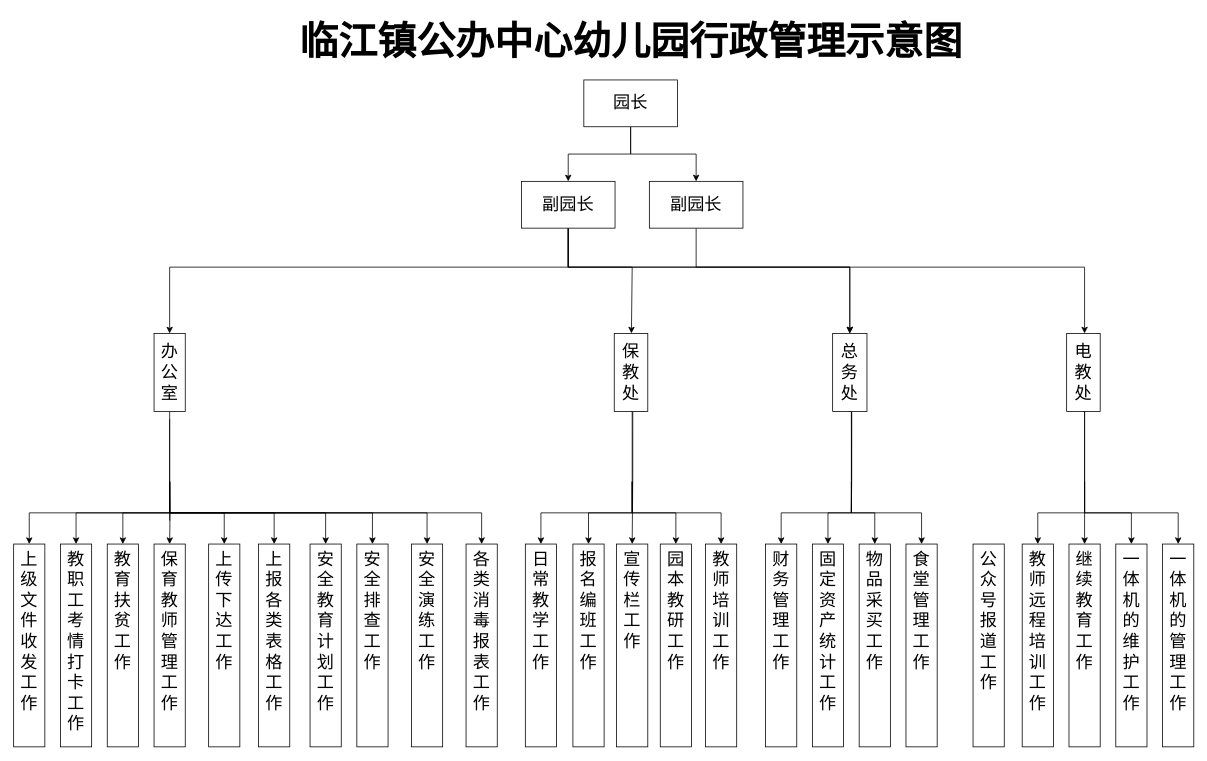
This is Untitled Diagram.drawio from SummerWindL/knowledge_base, a draw.io file, before an edit. Source tidied: cells renumbered, new cells numbered last; positions are measured from the earlier drawing's top-left corner, leaving out a move shared by most shapes. Both pictures are drawn from the tidied source at 78%, with x=0, y=0 at pixel (13, 13).
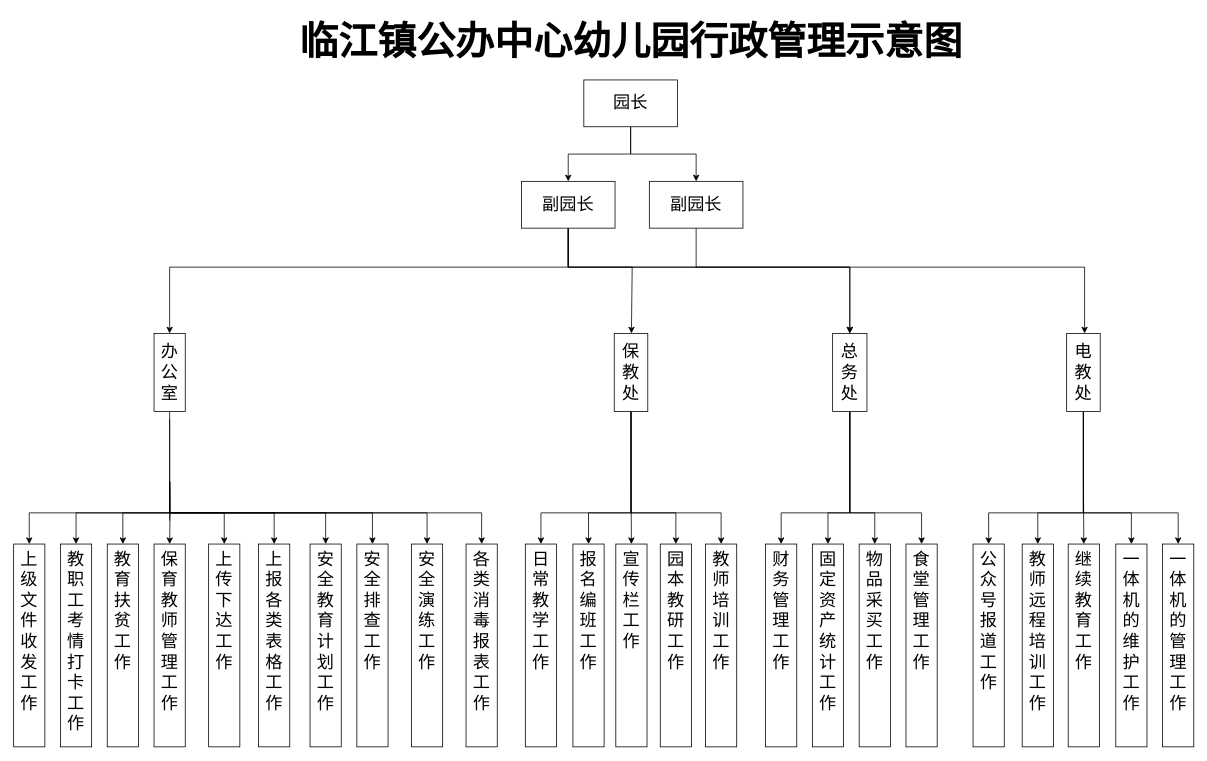
Above is the later version.

The change refers to these unchanged cells:
```xml
<mxCell id="20" value="保&lt;br style=&quot;font-size: 22px;&quot;&gt;教&lt;br style=&quot;font-size: 22px;&quot;&gt;处" style="rounded=0;whiteSpace=wrap;html=1;labelBorderColor=none;fontSize=22;" parent="1" vertex="1">
  <mxGeometry x="770" y="410" width="43" height="100" as="geometry" />
</mxCell>
<mxCell id="25" value="总&lt;br style=&quot;font-size: 22px;&quot;&gt;务&lt;br style=&quot;font-size: 22px;&quot;&gt;处" style="rounded=0;whiteSpace=wrap;html=1;labelBorderColor=none;fontSize=22;" parent="1" vertex="1">
  <mxGeometry x="1050" y="410" width="44" height="100" as="geometry" />
</mxCell>
<mxCell id="30" value="电&lt;br style=&quot;font-size: 22px;&quot;&gt;教&lt;br style=&quot;font-size: 22px;&quot;&gt;处" style="rounded=0;whiteSpace=wrap;html=1;labelBorderColor=none;fontSize=22;" parent="1" vertex="1">
  <mxGeometry x="1350" y="410" width="43" height="100" as="geometry" />
</mxCell>
<mxCell id="35" value="公&lt;br style=&quot;font-size: 22px;&quot;&gt;众&lt;br style=&quot;font-size: 22px;&quot;&gt;号&lt;br style=&quot;font-size: 22px;&quot;&gt;报&lt;br style=&quot;font-size: 22px;&quot;&gt;道&lt;br style=&quot;font-size: 22px;&quot;&gt;工&lt;br style=&quot;font-size: 22px;&quot;&gt;作" style="rounded=0;whiteSpace=wrap;html=1;shadow=0;labelBackgroundColor=none;fontFamily=Verdana;fontSize=22;align=center;verticalAlign=top;labelBorderColor=none;" parent="1" vertex="1">
  <mxGeometry x="1230" y="680" width="40" height="260" as="geometry" />
</mxCell>
<mxCell id="37" value="报&lt;br style=&quot;font-size: 22px;&quot;&gt;名&lt;br style=&quot;font-size: 22px;&quot;&gt;编&lt;br style=&quot;font-size: 22px;&quot;&gt;班&lt;br style=&quot;font-size: 22px;&quot;&gt;工&lt;br style=&quot;font-size: 22px;&quot;&gt;作" style="rounded=0;whiteSpace=wrap;html=1;shadow=0;labelBackgroundColor=none;fontFamily=Verdana;fontSize=22;align=center;verticalAlign=top;labelBorderColor=none;" parent="1" vertex="1">
  <mxGeometry x="717" y="680" width="40" height="260" as="geometry" />
</mxCell>
<mxCell id="38" value="日&lt;br style=&quot;font-size: 22px;&quot;&gt;常&lt;br style=&quot;font-size: 22px;&quot;&gt;教&lt;br style=&quot;font-size: 22px;&quot;&gt;学&lt;br style=&quot;font-size: 22px;&quot;&gt;工&lt;br style=&quot;font-size: 22px;&quot;&gt;作" style="rounded=0;whiteSpace=wrap;html=1;shadow=0;labelBackgroundColor=none;fontFamily=Verdana;fontSize=22;align=center;verticalAlign=top;labelBorderColor=none;" parent="1" vertex="1">
  <mxGeometry x="656" y="680" width="40" height="260" as="geometry" />
</mxCell>
<mxCell id="41" value="园&lt;br style=&quot;font-size: 22px;&quot;&gt;本&lt;br style=&quot;font-size: 22px;&quot;&gt;教&lt;br style=&quot;font-size: 22px;&quot;&gt;研&lt;br style=&quot;font-size: 22px;&quot;&gt;工&lt;br style=&quot;font-size: 22px;&quot;&gt;作" style="rounded=0;whiteSpace=wrap;html=1;shadow=0;labelBackgroundColor=none;fontFamily=Verdana;fontSize=22;align=center;verticalAlign=top;labelBorderColor=none;" parent="1" vertex="1">
  <mxGeometry x="829" y="680" width="40" height="260" as="geometry" />
</mxCell>
<mxCell id="43" value="一&lt;br style=&quot;font-size: 22px;&quot;&gt;体&lt;br style=&quot;font-size: 22px;&quot;&gt;机&lt;br style=&quot;font-size: 22px;&quot;&gt;的&lt;br style=&quot;font-size: 22px;&quot;&gt;管&lt;br style=&quot;font-size: 22px;&quot;&gt;理&lt;br style=&quot;font-size: 22px;&quot;&gt;工&lt;br style=&quot;font-size: 22px;&quot;&gt;作" style="rounded=0;whiteSpace=wrap;html=1;shadow=0;labelBackgroundColor=none;fontFamily=Verdana;fontSize=22;align=center;verticalAlign=top;labelBorderColor=none;" parent="1" vertex="1">
  <mxGeometry x="1473" y="680" width="40" height="260" as="geometry" />
</mxCell>
<mxCell id="47" value="一&lt;br style=&quot;font-size: 22px;&quot;&gt;体&lt;br style=&quot;font-size: 22px;&quot;&gt;机&lt;br style=&quot;font-size: 22px;&quot;&gt;的&lt;br style=&quot;font-size: 22px;&quot;&gt;维&lt;br style=&quot;font-size: 22px;&quot;&gt;护&lt;br style=&quot;font-size: 22px;&quot;&gt;工&lt;br style=&quot;font-size: 22px;&quot;&gt;作" style="rounded=0;whiteSpace=wrap;html=1;shadow=0;labelBackgroundColor=none;fontFamily=Verdana;fontSize=22;align=center;verticalAlign=top;labelBorderColor=none;" parent="1" vertex="1">
  <mxGeometry x="1413" y="680" width="40" height="260" as="geometry" />
</mxCell>
<mxCell id="49" value="教&lt;br style=&quot;font-size: 22px;&quot;&gt;师&lt;br style=&quot;font-size: 22px;&quot;&gt;远&lt;br style=&quot;font-size: 22px;&quot;&gt;程&lt;br style=&quot;font-size: 22px;&quot;&gt;培&lt;br style=&quot;font-size: 22px;&quot;&gt;训&lt;br style=&quot;font-size: 22px;&quot;&gt;工&lt;br style=&quot;font-size: 22px;&quot;&gt;作" style="rounded=0;whiteSpace=wrap;html=1;shadow=0;labelBackgroundColor=none;fontFamily=Verdana;fontSize=22;align=center;verticalAlign=top;labelBorderColor=none;" parent="1" vertex="1">
  <mxGeometry x="1293" y="680" width="40" height="260" as="geometry" />
</mxCell>
<mxCell id="50" value="食&lt;br style=&quot;font-size: 22px;&quot;&gt;堂&lt;br style=&quot;font-size: 22px;&quot;&gt;管&lt;br style=&quot;font-size: 22px;&quot;&gt;理&lt;br style=&quot;font-size: 22px;&quot;&gt;工&lt;br style=&quot;font-size: 22px;&quot;&gt;作" style="rounded=0;whiteSpace=wrap;html=1;shadow=0;labelBackgroundColor=none;fontFamily=Verdana;fontSize=22;align=center;verticalAlign=top;labelBorderColor=none;" parent="1" vertex="1">
  <mxGeometry x="1144" y="680" width="40" height="260" as="geometry" />
</mxCell>
<mxCell id="51" value="物&lt;br style=&quot;font-size: 22px;&quot;&gt;品&lt;br style=&quot;font-size: 22px;&quot;&gt;采&lt;br style=&quot;font-size: 22px;&quot;&gt;买&lt;br style=&quot;font-size: 22px;&quot;&gt;工&lt;br style=&quot;font-size: 22px;&quot;&gt;作" style="rounded=0;whiteSpace=wrap;html=1;shadow=0;labelBackgroundColor=none;fontFamily=Verdana;fontSize=22;align=center;verticalAlign=top;labelBorderColor=none;" parent="1" vertex="1">
  <mxGeometry x="1084" y="680" width="40" height="260" as="geometry" />
</mxCell>
<mxCell id="52" value="固&lt;br style=&quot;font-size: 22px;&quot;&gt;定&lt;br style=&quot;font-size: 22px;&quot;&gt;资&lt;br style=&quot;font-size: 22px;&quot;&gt;产&lt;br style=&quot;font-size: 22px;&quot;&gt;统&lt;br style=&quot;font-size: 22px;&quot;&gt;计&lt;br style=&quot;font-size: 22px;&quot;&gt;工&lt;br style=&quot;font-size: 22px;&quot;&gt;作" style="rounded=0;whiteSpace=wrap;html=1;shadow=0;labelBackgroundColor=none;fontFamily=Verdana;fontSize=22;align=center;verticalAlign=top;labelBorderColor=none;" parent="1" vertex="1">
  <mxGeometry x="1024" y="680" width="40" height="260" as="geometry" />
</mxCell>
<mxCell id="53" value="财&lt;br style=&quot;font-size: 22px;&quot;&gt;务&lt;br style=&quot;font-size: 22px;&quot;&gt;管&lt;br style=&quot;font-size: 22px;&quot;&gt;理&lt;br style=&quot;font-size: 22px;&quot;&gt;工&lt;br style=&quot;font-size: 22px;&quot;&gt;作" style="rounded=0;whiteSpace=wrap;html=1;shadow=0;labelBackgroundColor=none;fontFamily=Verdana;fontSize=22;align=center;verticalAlign=top;labelBorderColor=none;" parent="1" vertex="1">
  <mxGeometry x="964" y="680" width="40" height="260" as="geometry" />
</mxCell>
<mxCell id="63" value="教师培训工作" style="rounded=0;whiteSpace=wrap;html=1;shadow=0;labelBackgroundColor=none;fontFamily=Verdana;fontSize=22;align=center;verticalAlign=top;labelBorderColor=none;" parent="1" vertex="1">
  <mxGeometry x="887" y="680" width="40" height="260" as="geometry" />
</mxCell>
```

The edit, as a diff of the source:
```diff
@@
     <mxCell id="15" style="edgeStyle=orthogonalEdgeStyle;rounded=0;jettySize=auto;html=1;entryX=0.5;entryY=0;entryDx=0;entryDy=0;fontFamily=Verdana;fontSize=22;labelBorderColor=none;" parent="1" edge="1" target="38">
       <mxGeometry relative="1" as="geometry">
-        <mxPoint x="793" y="600" as="sourcePoint" />
+        <mxPoint x="793" y="640" as="sourcePoint" />
         <Array as="points">
           <mxPoint x="793" y="640" />
           <mxPoint x="676" y="640" />
         </Array>
       </mxGeometry>
     </mxCell>
-    <mxCell id="16" style="edgeStyle=orthogonalEdgeStyle;rounded=0;jettySize=auto;html=1;entryX=0.5;entryY=0;entryDx=0;entryDy=0;fontFamily=Verdana;fontSize=22;labelBorderColor=none;" parent="1" edge="1" target="37">
+    <mxCell id="16" style="edgeStyle=orthogonalEdgeStyle;rounded=0;jettySize=auto;html=1;entryX=0.5;entryY=0;entryDx=0;entryDy=0;fontFamily=Verdana;fontSize=22;labelBorderColor=none;exitX=0.5;exitY=1;exitDx=0;exitDy=0;" parent="1" edge="1" source="20" target="37">
       <mxGeometry relative="1" as="geometry">
-        <mxPoint x="793" y="600" as="sourcePoint" />
         <Array as="points">
-          <mxPoint x="793" y="640" />
+          <mxPoint x="791" y="640" />
           <mxPoint x="737" y="640" />
         </Array>
       </mxGeometry>
     </mxCell>
+    <mxCell id="64" style="edgeStyle=orthogonalEdgeStyle;rounded=0;jettySize=auto;html=1;fontSize=22;" parent="1" edge="1" source="20" target="63">
+      <mxGeometry relative="1" as="geometry">
+        <Array as="points">
+          <mxPoint x="792" y="640" />
+          <mxPoint x="907" y="640" />
+        </Array>
+      </mxGeometry>
+    </mxCell>
-    <mxCell id="17" style="edgeStyle=orthogonalEdgeStyle;rounded=0;jettySize=auto;html=1;entryX=0.5;entryY=0;entryDx=0;entryDy=0;fontFamily=Verdana;fontSize=22;labelBorderColor=none;exitX=0.552;exitY=1.006;exitDx=0;exitDy=0;exitPerimeter=0;" parent="1" edge="1" source="20" target="39">
+    <mxCell id="17" style="edgeStyle=orthogonalEdgeStyle;rounded=0;jettySize=auto;html=1;fontSize=22;" parent="1" edge="1" source="20" target="39">
       <mxGeometry relative="1" as="geometry" />
     </mxCell>
-    <mxCell id="18" style="edgeStyle=orthogonalEdgeStyle;rounded=0;jettySize=auto;html=1;entryX=0.5;entryY=0;entryDx=0;entryDy=0;fontFamily=Verdana;fontSize=22;labelBorderColor=none;" parent="1" edge="1" target="41">
-      <mxGeometry relative="1" as="geometry">
-        <mxPoint x="793" y="600" as="sourcePoint" />
-        <Array as="points">
-          <mxPoint x="793" y="640" />
-          <mxPoint x="849" y="640" />
-        </Array>
-      </mxGeometry>
-    </mxCell>
-    <mxCell id="19" style="edgeStyle=orthogonalEdgeStyle;rounded=0;jettySize=auto;html=1;entryX=0.5;entryY=0;entryDx=0;entryDy=0;fontFamily=Verdana;fontSize=22;labelBorderColor=none;exitX=0.5;exitY=1;exitDx=0;exitDy=0;" parent="1" edge="1" source="20">
-      <mxGeometry relative="1" as="geometry">
-        <mxPoint x="907" y="680" as="targetPoint" />
-        <Array as="points">
-          <mxPoint x="793" y="510" />
-          <mxPoint x="793" y="640" />
-          <mxPoint x="907" y="640" />
-        </Array>
-      </mxGeometry>
-    </mxCell>
+    <mxCell id="65" style="edgeStyle=orthogonalEdgeStyle;rounded=0;jettySize=auto;html=1;fontSize=22;" parent="1" edge="1" source="20" target="41">
+      <mxGeometry relative="1" as="geometry">
+        <Array as="points">
+          <mxPoint x="791" y="640" />
+          <mxPoint x="849" y="640" />
+        </Array>
+      </mxGeometry>
+    </mxCell>
@@
-    <mxCell id="21" style="edgeStyle=orthogonalEdgeStyle;rounded=0;jettySize=auto;html=1;entryX=0.5;entryY=0;entryDx=0;entryDy=0;fontFamily=Verdana;fontSize=22;labelBorderColor=none;" parent="1" edge="1" target="53">
-      <mxGeometry relative="1" as="geometry">
-        <mxPoint x="1074" y="600" as="sourcePoint" />
-        <Array as="points">
-          <mxPoint x="1074" y="640" />
-          <mxPoint x="984" y="640" />
-        </Array>
-      </mxGeometry>
-    </mxCell>
+    <mxCell id="66" style="edgeStyle=orthogonalEdgeStyle;rounded=0;jettySize=auto;html=1;entryX=0.5;entryY=0;entryDx=0;entryDy=0;fontSize=22;" parent="1" edge="1" source="25" target="53">
+      <mxGeometry relative="1" as="geometry">
+        <Array as="points">
+          <mxPoint x="1072" y="640" />
+          <mxPoint x="984" y="640" />
+        </Array>
+      </mxGeometry>
+    </mxCell>
-    <mxCell id="22" style="edgeStyle=orthogonalEdgeStyle;rounded=0;jettySize=auto;html=1;entryX=0.5;entryY=0;entryDx=0;entryDy=0;fontFamily=Verdana;fontSize=22;labelBorderColor=none;exitX=0.553;exitY=0.987;exitDx=0;exitDy=0;exitPerimeter=0;" parent="1" edge="1" source="25" target="52">
+    <mxCell id="22" style="edgeStyle=orthogonalEdgeStyle;rounded=0;jettySize=auto;html=1;entryX=0.5;entryY=0;entryDx=0;entryDy=0;fontSize=22;" parent="1" edge="1" source="25" target="52">
       <mxGeometry relative="1" as="geometry">
         <Array as="points">
-          <mxPoint x="1074" y="600" />
-          <mxPoint x="1074" y="640" />
+          <mxPoint x="1072" y="640" />
           <mxPoint x="1044" y="640" />
         </Array>
       </mxGeometry>
     </mxCell>
-    <mxCell id="23" style="edgeStyle=orthogonalEdgeStyle;rounded=0;jettySize=auto;html=1;entryX=0.5;entryY=0;entryDx=0;entryDy=0;fontFamily=Verdana;fontSize=22;labelBorderColor=none;exitX=0.553;exitY=1.017;exitDx=0;exitDy=0;exitPerimeter=0;" parent="1" edge="1" source="25" target="51">
+    <mxCell id="23" style="edgeStyle=orthogonalEdgeStyle;rounded=0;jettySize=auto;html=1;entryX=0.5;entryY=0;entryDx=0;entryDy=0;fontSize=22;" parent="1" edge="1" source="25" target="51">
       <mxGeometry relative="1" as="geometry">
         <Array as="points">
-          <mxPoint x="1074" y="600" />
-          <mxPoint x="1074" y="600" />
-          <mxPoint x="1074" y="640" />
+          <mxPoint x="1072" y="640" />
           <mxPoint x="1104" y="640" />
         </Array>
       </mxGeometry>
     </mxCell>
-    <mxCell id="24" style="edgeStyle=orthogonalEdgeStyle;rounded=0;jettySize=auto;html=1;entryX=0.5;entryY=0;entryDx=0;entryDy=0;fontFamily=Verdana;fontSize=22;labelBorderColor=none;exitX=0.5;exitY=1;exitDx=0;exitDy=0;" parent="1" edge="1" source="25" target="50">
+    <mxCell id="24" style="edgeStyle=orthogonalEdgeStyle;rounded=0;jettySize=auto;html=1;entryX=0.5;entryY=0;entryDx=0;entryDy=0;fontSize=22;" parent="1" edge="1" source="25" target="50">
       <mxGeometry relative="1" as="geometry">
         <Array as="points">
-          <mxPoint x="1074" y="510" />
-          <mxPoint x="1074" y="640" />
+          <mxPoint x="1072" y="640" />
           <mxPoint x="1164" y="640" />
         </Array>
       </mxGeometry>
     </mxCell>
@@
-    <mxCell id="26" style="edgeStyle=orthogonalEdgeStyle;rounded=0;jettySize=auto;html=1;entryX=0.5;entryY=0;entryDx=0;entryDy=0;fontFamily=Verdana;fontSize=22;labelBorderColor=none;" parent="1" edge="1" target="49">
-      <mxGeometry relative="1" as="geometry">
-        <mxPoint x="1373" y="600" as="sourcePoint" />
-        <Array as="points">
-          <mxPoint x="1373" y="640" />
-          <mxPoint x="1313" y="640" />
-        </Array>
-      </mxGeometry>
-    </mxCell>
+    <mxCell id="67" style="edgeStyle=orthogonalEdgeStyle;rounded=0;jettySize=auto;html=1;entryX=0.5;entryY=0;entryDx=0;entryDy=0;fontSize=22;" parent="1" edge="1" source="30" target="35">
+      <mxGeometry relative="1" as="geometry">
+        <Array as="points">
+          <mxPoint x="1372" y="640" />
+          <mxPoint x="1250" y="640" />
+        </Array>
+      </mxGeometry>
+    </mxCell>
+    <mxCell id="68" style="edgeStyle=orthogonalEdgeStyle;rounded=0;jettySize=auto;html=1;entryX=0.5;entryY=0;entryDx=0;entryDy=0;fontSize=22;" parent="1" edge="1" source="30" target="49">
+      <mxGeometry relative="1" as="geometry">
+        <Array as="points">
+          <mxPoint x="1372" y="640" />
+          <mxPoint x="1313" y="640" />
+        </Array>
+      </mxGeometry>
+    </mxCell>
-    <mxCell id="27" style="edgeStyle=orthogonalEdgeStyle;rounded=0;jettySize=auto;html=1;entryX=0.5;entryY=0;entryDx=0;entryDy=0;fontFamily=Verdana;fontSize=22;labelBorderColor=none;exitX=0.5;exitY=1;exitDx=0;exitDy=0;" parent="1" edge="1" source="30" target="48">
-      <mxGeometry relative="1" as="geometry">
-        <Array as="points">
-          <mxPoint x="1373" y="510" />
-        </Array>
-      </mxGeometry>
+    <mxCell id="27" style="edgeStyle=orthogonalEdgeStyle;rounded=0;jettySize=auto;html=1;entryX=0.5;entryY=0;entryDx=0;entryDy=0;fontSize=22;" parent="1" edge="1" source="30" target="48">
+      <mxGeometry relative="1" as="geometry" />
     </mxCell>
-    <mxCell id="28" style="edgeStyle=orthogonalEdgeStyle;rounded=0;jettySize=auto;html=1;entryX=0.5;entryY=0;entryDx=0;entryDy=0;fontFamily=Verdana;fontSize=22;labelBorderColor=none;" parent="1" edge="1" target="47">
-      <mxGeometry relative="1" as="geometry">
-        <mxPoint x="1373" y="600" as="sourcePoint" />
-        <Array as="points">
-          <mxPoint x="1373" y="640" />
-          <mxPoint x="1433" y="640" />
-        </Array>
-      </mxGeometry>
-    </mxCell>
+    <mxCell id="69" style="edgeStyle=orthogonalEdgeStyle;rounded=0;jettySize=auto;html=1;entryX=0.5;entryY=0;entryDx=0;entryDy=0;fontSize=22;" parent="1" edge="1" source="30" target="47">
+      <mxGeometry relative="1" as="geometry">
+        <Array as="points">
+          <mxPoint x="1372" y="640" />
+          <mxPoint x="1433" y="640" />
+        </Array>
+      </mxGeometry>
+    </mxCell>
-    <mxCell id="29" style="edgeStyle=orthogonalEdgeStyle;rounded=0;jettySize=auto;html=1;entryX=0.5;entryY=0;entryDx=0;entryDy=0;fontFamily=Verdana;fontSize=22;labelBorderColor=none;exitX=0.5;exitY=1;exitDx=0;exitDy=0;" parent="1" edge="1" source="30" target="43">
+    <mxCell id="29" style="edgeStyle=orthogonalEdgeStyle;rounded=0;jettySize=auto;html=1;entryX=0.5;entryY=0;entryDx=0;entryDy=0;fontSize=22;" parent="1" edge="1" source="30" target="43">
       <mxGeometry relative="1" as="geometry">
         <Array as="points">
-          <mxPoint x="1373" y="510" />
-          <mxPoint x="1373" y="640" />
+          <mxPoint x="1372" y="640" />
           <mxPoint x="1493" y="640" />
         </Array>
       </mxGeometry>
     </mxCell>
@@
     <mxCell id="39" value="宣&lt;br style=&quot;font-size: 22px;&quot;&gt;传&lt;br style=&quot;font-size: 22px;&quot;&gt;栏&lt;br style=&quot;font-size: 22px;&quot;&gt;工&lt;br style=&quot;font-size: 22px;&quot;&gt;作" style="rounded=0;whiteSpace=wrap;html=1;shadow=0;labelBackgroundColor=none;fontFamily=Verdana;fontSize=22;align=center;verticalAlign=top;labelBorderColor=none;" parent="1" vertex="1">
-      <mxGeometry x="773" y="680" width="40" height="260" as="geometry" />
+      <mxGeometry x="772" y="680" width="40" height="260" as="geometry" />
     </mxCell>
@@
     <mxCell id="48" value="继&lt;br style=&quot;font-size: 22px;&quot;&gt;续&lt;br style=&quot;font-size: 22px;&quot;&gt;教&lt;br style=&quot;font-size: 22px;&quot;&gt;育&lt;br style=&quot;font-size: 22px;&quot;&gt;工&lt;br style=&quot;font-size: 22px;&quot;&gt;作" style="rounded=0;whiteSpace=wrap;html=1;shadow=0;labelBackgroundColor=none;fontFamily=Verdana;fontSize=22;align=center;verticalAlign=top;labelBorderColor=none;" parent="1" vertex="1">
-      <mxGeometry x="1353" y="680" width="40" height="260" as="geometry" />
+      <mxGeometry x="1352" y="680" width="40" height="260" as="geometry" />
     </mxCell>
```
